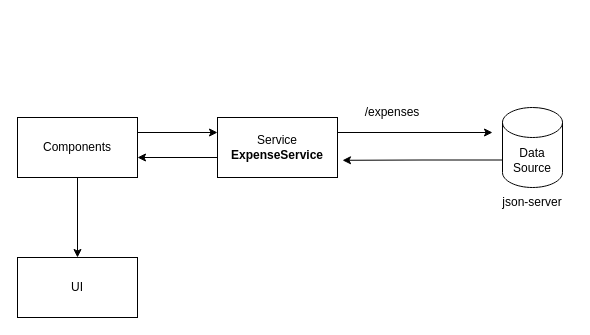
Earlier version of the draw.io diagram page "Page-9" (9 of 11) of references/ng-diagrams.drawio (synergy2411/ng-oct25). Source tidied: cells renumbered, new cells numbered last; positions are measured from the earlier drawing's top-left corner, leaving out a move shared by most shapes. Both pictures are drawn from the tidied source at 100%, with x=0, y=0 at pixel (17, 97).
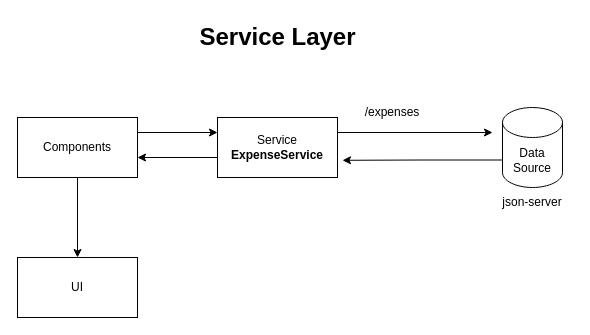
Above is the later version.

The edit, as a diff of the source:
```diff
@@
 <mxGraphModel>
   <root>
     <mxCell id="0" />
     <mxCell id="1" parent="0" />
     <mxCell id="2" style="edgeStyle=orthogonalEdgeStyle;rounded=0;jettySize=auto;html=1;exitX=1;exitY=0.25;exitDx=0;exitDy=0;" parent="1" edge="1" source="4">
       <mxGeometry relative="1" as="geometry">
         <mxPoint x="475" y="35" as="targetPoint" />
       </mxGeometry>
     </mxCell>
     <mxCell id="3" style="edgeStyle=orthogonalEdgeStyle;rounded=0;orthogonalLoop=1;jettySize=auto;html=1;" parent="1" edge="1">
       <mxGeometry relative="1" as="geometry">
         <mxPoint x="200" y="60" as="sourcePoint" />
         <mxPoint x="120" y="60" as="targetPoint" />
       </mxGeometry>
     </mxCell>
     <mxCell id="4" value="Service&lt;div&gt;&lt;b&gt;ExpenseService&lt;/b&gt;&lt;/div&gt;" style="rounded=0;whiteSpace=wrap;html=1;" parent="1" vertex="1">
       <mxGeometry x="200" y="20" width="120" height="60" as="geometry" />
     </mxCell>
     <mxCell id="5" style="edgeStyle=orthogonalEdgeStyle;rounded=0;jettySize=auto;html=1;exitX=0;exitY=0;exitDx=0;exitDy=52.5;exitPerimeter=0;" parent="1" edge="1" source="6">
       <mxGeometry relative="1" as="geometry">
         <mxPoint x="325" y="62.8" as="targetPoint" />
       </mxGeometry>
     </mxCell>
     <mxCell id="6" value="Data Source" style="shape=cylinder3;whiteSpace=wrap;html=1;boundedLbl=1;backgroundOutline=1;size=15;" parent="1" vertex="1">
       <mxGeometry x="485" y="10" width="60" height="80" as="geometry" />
     </mxCell>
     <mxCell id="7" value="json-server" style="text;html=1;whiteSpace=wrap;strokeColor=none;fillColor=none;align=center;verticalAlign=middle;rounded=0;" parent="1" vertex="1">
       <mxGeometry x="475" y="90" width="80" height="30" as="geometry" />
     </mxCell>
     <mxCell id="8" value="/expenses" style="text;html=1;whiteSpace=wrap;strokeColor=none;fillColor=none;align=center;verticalAlign=middle;rounded=0;" parent="1" vertex="1">
       <mxGeometry x="345" width="60" height="30" as="geometry" />
     </mxCell>
     <mxCell id="9" style="edgeStyle=orthogonalEdgeStyle;rounded=0;jettySize=auto;html=1;" parent="1" edge="1" source="11" target="12">
       <mxGeometry relative="1" as="geometry" />
     </mxCell>
     <mxCell id="10" style="edgeStyle=orthogonalEdgeStyle;rounded=0;jettySize=auto;html=1;exitX=1;exitY=0.25;exitDx=0;exitDy=0;entryX=0;entryY=0.25;entryDx=0;entryDy=0;" parent="1" edge="1" source="11" target="4">
       <mxGeometry relative="1" as="geometry" />
     </mxCell>
     <mxCell id="11" value="Components" style="rounded=0;whiteSpace=wrap;html=1;" parent="1" vertex="1">
       <mxGeometry y="20" width="120" height="60" as="geometry" />
     </mxCell>
     <mxCell id="12" value="UI" style="rounded=0;whiteSpace=wrap;html=1;" parent="1" vertex="1">
       <mxGeometry y="160" width="120" height="60" as="geometry" />
     </mxCell>
+    <mxCell id="13" value="Service Layer" style="text;strokeColor=none;fillColor=none;html=1;fontSize=24;fontStyle=1;verticalAlign=middle;align=center;" parent="1" vertex="1">
+      <mxGeometry x="210" y="-80" width="100" height="40" as="geometry" />
+    </mxCell>
   </root>
 </mxGraphModel>
```
